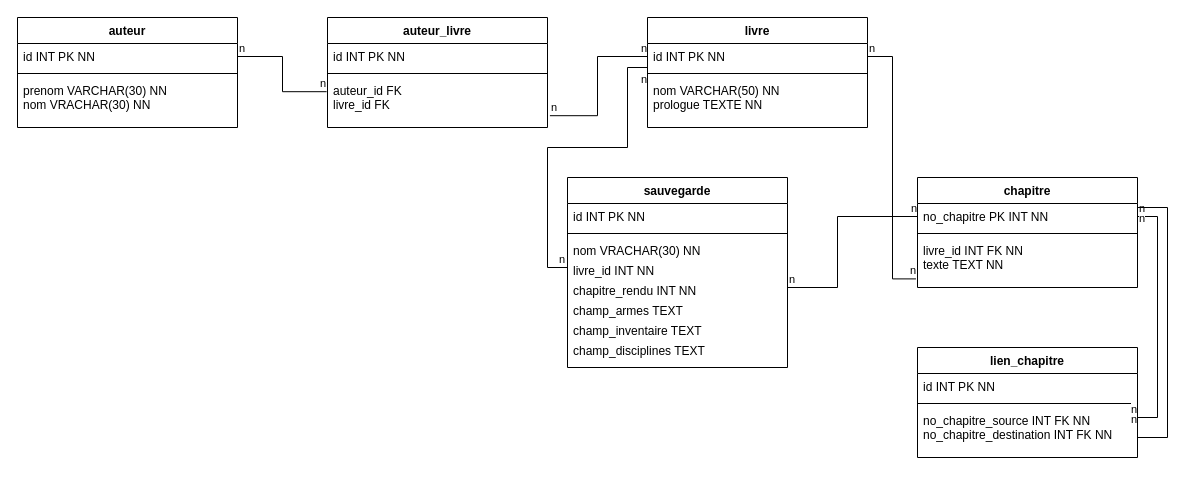
Earlier version of the draw.io diagram dev/bd2_livre_hero-diagramme.drawio (2137772-Lamarche-Felix/tp_bd2_antoine_felix). Source tidied: cells renumbered, new cells numbered last; positions are measured from the earlier drawing's top-left corner, leaving out a move shared by most shapes. Both pictures are drawn from the tidied source at 100%, with x=0, y=0 at pixel (17, 17).
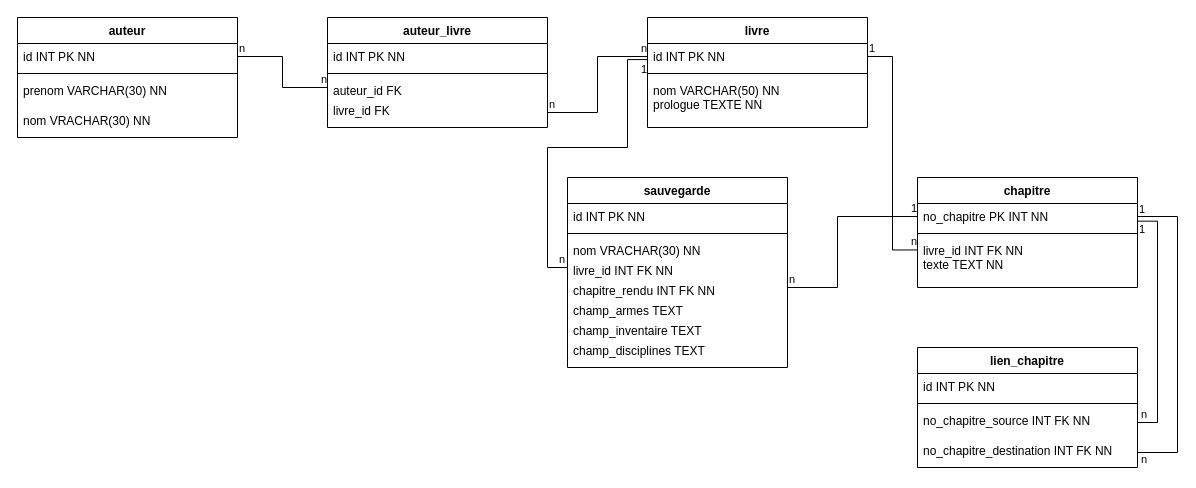
Above is the later version.

Commit message (it also covers changes not shown here):
cleaner le schema, enlever les fichiers old, proteger des crashs.

The change refers to these unchanged cells:
```xml
<mxCell id="3" value="no_chapitre PK INT NN" style="text;strokeColor=none;fillColor=none;align=left;verticalAlign=top;spacingLeft=4;spacingRight=4;overflow=hidden;points=[[0,0.5],[1,0.5]];portConstraint=eastwest;" parent="2" vertex="1">
  <mxGeometry y="26" width="220" height="26" as="geometry" />
</mxCell>
<mxCell id="5" value="livre_id INT FK NN&#10;texte TEXT NN" style="text;strokeColor=none;fillColor=none;align=left;verticalAlign=top;spacingLeft=4;spacingRight=4;overflow=hidden;points=[[0,0.5],[1,0.5]];portConstraint=eastwest;" parent="2" vertex="1">
  <mxGeometry y="60" width="220" height="50" as="geometry" />
</mxCell>
<mxCell id="7" value="id INT PK NN" style="text;strokeColor=none;fillColor=none;align=left;verticalAlign=top;spacingLeft=4;spacingRight=4;overflow=hidden;points=[[0,0.5],[1,0.5]];portConstraint=eastwest;" parent="6" vertex="1">
  <mxGeometry y="26" width="220" height="26" as="geometry" />
</mxCell>
<mxCell id="11" value="id INT PK NN" style="text;strokeColor=none;fillColor=none;align=left;verticalAlign=top;spacingLeft=4;spacingRight=4;overflow=hidden;points=[[0,0.5],[1,0.5]];portConstraint=eastwest;" parent="10" vertex="1">
  <mxGeometry y="26" width="220" height="26" as="geometry" />
</mxCell>
<mxCell id="14" value="auteur_livre" style="swimlane;fontStyle=1;align=center;verticalAlign=top;horizontal=1;startSize=26;" parent="1" vertex="1">
  <mxGeometry x="310" width="220" height="110" as="geometry" />
</mxCell>
<mxCell id="27" value="sauvegarde" style="swimlane;fontStyle=1;align=center;verticalAlign=top;horizontal=1;startSize=26;" parent="1" vertex="1">
  <mxGeometry x="550" y="160" width="220" height="190" as="geometry" />
</mxCell>
<mxCell id="36" style="endArrow=none;html=1;edgeStyle=orthogonalEdgeStyle;rounded=0;entryX=0;entryY=0.5;entryDx=0;entryDy=0;" parent="1" edge="1" source="32" target="3">
  <mxGeometry relative="1" as="geometry">
    <Array as="points">
      <mxPoint x="820" y="270" />
      <mxPoint x="820" y="199" />
    </Array>
  </mxGeometry>
</mxCell>
```

Change to the diagram source:
```diff
@@
     <mxCell id="10" value="auteur" style="swimlane;fontStyle=1;align=center;verticalAlign=top;horizontal=1;startSize=26;" parent="1" vertex="1">
-      <mxGeometry width="220" height="110" as="geometry" />
+      <mxGeometry width="220" height="120" as="geometry" />
     </mxCell>
@@
-    <mxCell id="13" value="prenom VARCHAR(30) NN&#10;nom VRACHAR(30) NN" style="text;strokeColor=none;fillColor=none;align=left;verticalAlign=top;spacingLeft=4;spacingRight=4;overflow=hidden;" parent="10" vertex="1">
-      <mxGeometry y="60" width="220" height="50" as="geometry" />
+    <mxCell id="13" value="prenom VARCHAR(30) NN" style="text;strokeColor=none;fillColor=none;align=left;verticalAlign=top;spacingLeft=4;spacingRight=4;overflow=hidden;" parent="10" vertex="1">
+      <mxGeometry y="60" width="220" height="30" as="geometry" />
     </mxCell>
+    <mxCell id="52" value="nom VRACHAR(30) NN" style="text;strokeColor=none;fillColor=none;align=left;verticalAlign=top;spacingLeft=4;spacingRight=4;overflow=hidden;" parent="10" vertex="1">
+      <mxGeometry y="90" width="220" height="30" as="geometry" />
+    </mxCell>
@@
-    <mxCell id="17" value="auteur_id FK &#10;livre_id FK" style="text;strokeColor=none;fillColor=none;align=left;verticalAlign=top;spacingLeft=4;spacingRight=4;overflow=hidden;points=[[0,0.5],[1,0.5]];portConstraint=eastwest;" parent="14" vertex="1">
-      <mxGeometry y="60" width="220" height="50" as="geometry" />
+    <mxCell id="17" value="auteur_id FK" style="text;strokeColor=none;fillColor=none;align=left;verticalAlign=top;spacingLeft=4;spacingRight=4;overflow=hidden;points=[[0,0.5],[1,0.5]];portConstraint=eastwest;" parent="14" vertex="1">
+      <mxGeometry y="60" width="220" height="20" as="geometry" />
     </mxCell>
+    <mxCell id="53" value="livre_id FK" style="text;strokeColor=none;fillColor=none;align=left;verticalAlign=top;spacingLeft=4;spacingRight=4;overflow=hidden;points=[[0,0.5],[1,0.5]];portConstraint=eastwest;" parent="14" vertex="1">
+      <mxGeometry y="80" width="220" height="30" as="geometry" />
+    </mxCell>
-    <mxCell id="18" style="endArrow=none;html=1;edgeStyle=orthogonalEdgeStyle;rounded=0;exitX=1;exitY=0.5;exitDx=0;exitDy=0;entryX=-0.004;entryY=0.284;entryDx=0;entryDy=0;entryPerimeter=0;" parent="1" edge="1" source="11" target="17">
+    <mxCell id="18" style="endArrow=none;html=1;edgeStyle=orthogonalEdgeStyle;rounded=0;exitX=1;exitY=0.5;exitDx=0;exitDy=0;entryX=0;entryY=0.5;entryDx=0;entryDy=0;" parent="1" edge="1" source="11" target="17">
       <mxGeometry relative="1" as="geometry" />
     </mxCell>
@@
-    <mxCell id="21" style="endArrow=none;html=1;edgeStyle=orthogonalEdgeStyle;rounded=0;exitX=1.011;exitY=0.764;exitDx=0;exitDy=0;entryX=0;entryY=0.5;entryDx=0;entryDy=0;exitPerimeter=0;" parent="1" edge="1" source="17" target="7">
+    <mxCell id="21" style="endArrow=none;html=1;edgeStyle=orthogonalEdgeStyle;rounded=0;exitX=1;exitY=0.5;exitDx=0;exitDy=0;entryX=0;entryY=0.5;entryDx=0;entryDy=0;" parent="1" edge="1" source="53" target="7">
       <mxGeometry relative="1" as="geometry" />
     </mxCell>
@@
-    <mxCell id="24" style="endArrow=none;html=1;edgeStyle=orthogonalEdgeStyle;rounded=0;exitX=1;exitY=0.5;exitDx=0;exitDy=0;entryX=-0.007;entryY=0.828;entryDx=0;entryDy=0;entryPerimeter=0;" parent="1" edge="1" source="7" target="5">
+    <mxCell id="24" style="endArrow=none;html=1;edgeStyle=orthogonalEdgeStyle;rounded=0;exitX=1;exitY=0.5;exitDx=0;exitDy=0;entryX=0.001;entryY=0.249;entryDx=0;entryDy=0;entryPerimeter=0;" parent="1" edge="1" source="7" target="5">
       <mxGeometry relative="1" as="geometry" />
     </mxCell>
-    <mxCell id="25" value="n" style="edgeLabel;html=1;align=left;verticalAlign=bottom;" parent="24" vertex="1">
+    <mxCell id="25" value="1" style="edgeLabel;html=1;align=left;verticalAlign=bottom;" parent="24" vertex="1">
       <mxGeometry x="-1" relative="1" as="geometry" />
     </mxCell>
@@
-    <mxCell id="31" value="livre_id INT NN" style="text;strokeColor=none;fillColor=none;align=left;verticalAlign=top;spacingLeft=4;spacingRight=4;overflow=hidden;points=[[0,0.5],[1,0.5]];portConstraint=eastwest;" parent="27" vertex="1">
+    <mxCell id="31" value="livre_id INT FK NN" style="text;strokeColor=none;fillColor=none;align=left;verticalAlign=top;spacingLeft=4;spacingRight=4;overflow=hidden;points=[[0,0.5],[1,0.5]];portConstraint=eastwest;" parent="27" vertex="1">
       <mxGeometry y="80" width="220" height="20" as="geometry" />
     </mxCell>
-    <mxCell id="32" value="chapitre_rendu INT NN" style="text;strokeColor=none;fillColor=none;align=left;verticalAlign=top;spacingLeft=4;spacingRight=4;overflow=hidden;points=[[0,0.5],[1,0.5]];portConstraint=eastwest;" parent="27" vertex="1">
+    <mxCell id="32" value="chapitre_rendu INT FK NN" style="text;strokeColor=none;fillColor=none;align=left;verticalAlign=top;spacingLeft=4;spacingRight=4;overflow=hidden;points=[[0,0.5],[1,0.5]];portConstraint=eastwest;" parent="27" vertex="1">
       <mxGeometry y="100" width="220" height="20" as="geometry" />
     </mxCell>
@@
-    <mxCell id="38" value="n" style="edgeLabel;html=1;align=right;verticalAlign=bottom;" parent="36" vertex="1">
+    <mxCell id="38" value="1" style="edgeLabel;html=1;align=right;verticalAlign=bottom;" parent="36" vertex="1">
       <mxGeometry x="1" relative="1" as="geometry" />
     </mxCell>
-    <mxCell id="39" style="endArrow=none;html=1;edgeStyle=orthogonalEdgeStyle;rounded=0;entryX=0;entryY=0.5;entryDx=0;entryDy=0;exitX=0;exitY=0.5;exitDx=0;exitDy=0;" parent="1" edge="1" source="31" target="7">
+    <mxCell id="39" style="endArrow=none;html=1;edgeStyle=orthogonalEdgeStyle;rounded=0;entryX=-0.001;entryY=0.619;entryDx=0;entryDy=0;exitX=0;exitY=0.5;exitDx=0;exitDy=0;entryPerimeter=0;" parent="1" edge="1" source="31" target="7">
       <mxGeometry relative="1" as="geometry">
         <Array as="points">
           <mxPoint x="530" y="250" />
           <mxPoint x="530" y="130" />
           <mxPoint x="610" y="130" />
-          <mxPoint x="610" y="50" />
-          <mxPoint x="630" y="50" />
+          <mxPoint x="610" y="42" />
+          <mxPoint x="630" y="42" />
         </Array>
       </mxGeometry>
     </mxCell>
@@
-    <mxCell id="41" value="n" style="edgeLabel;html=1;align=right;verticalAlign=bottom;" parent="39" vertex="1">
+    <mxCell id="41" value="1" style="edgeLabel;html=1;align=right;verticalAlign=bottom;" parent="39" vertex="1">
       <mxGeometry x="1" relative="1" as="geometry">
-        <mxPoint y="31" as="offset" />
+        <mxPoint y="18" as="offset" />
       </mxGeometry>
     </mxCell>
     <mxCell id="42" value="lien_chapitre" style="swimlane;fontStyle=1;align=center;verticalAlign=top;horizontal=1;startSize=26;" parent="1" vertex="1">
-      <mxGeometry x="900" y="330" width="220" height="110" as="geometry" />
+      <mxGeometry x="900" y="330" width="220" height="120" as="geometry" />
     </mxCell>
@@
-    <mxCell id="45" value="no_chapitre_source INT FK NN&#10;no_chapitre_destination INT FK NN" style="text;strokeColor=none;fillColor=none;align=left;verticalAlign=top;spacingLeft=4;spacingRight=4;overflow=hidden;points=[[0,0.5],[1,0.5]];portConstraint=eastwest;" parent="42" vertex="1">
-      <mxGeometry y="60" width="220" height="50" as="geometry" />
+    <mxCell id="45" value="no_chapitre_source INT FK NN" style="text;strokeColor=none;fillColor=none;align=left;verticalAlign=top;spacingLeft=4;spacingRight=4;overflow=hidden;points=[[0,0.5],[1,0.5]];portConstraint=eastwest;" parent="42" vertex="1">
+      <mxGeometry y="60" width="220" height="30" as="geometry" />
     </mxCell>
+    <mxCell id="54" value="no_chapitre_destination INT FK NN" style="text;strokeColor=none;fillColor=none;align=left;verticalAlign=top;spacingLeft=4;spacingRight=4;overflow=hidden;points=[[0,0.5],[1,0.5]];portConstraint=eastwest;" parent="42" vertex="1">
+      <mxGeometry y="90" width="220" height="30" as="geometry" />
+    </mxCell>
-    <mxCell id="46" style="endArrow=none;html=1;edgeStyle=orthogonalEdgeStyle;rounded=0;exitX=1;exitY=0.5;exitDx=0;exitDy=0;entryX=1;entryY=0.2;entryDx=0;entryDy=0;entryPerimeter=0;" parent="1" edge="1" source="3" target="45">
+    <mxCell id="46" style="endArrow=none;html=1;edgeStyle=orthogonalEdgeStyle;rounded=0;entryX=1;entryY=0.5;entryDx=0;entryDy=0;exitX=0.999;exitY=0.679;exitDx=0;exitDy=0;exitPerimeter=0;" parent="1" edge="1" source="3" target="45">
       <mxGeometry relative="1" as="geometry">
         <Array as="points">
-          <mxPoint x="1140" y="199" />
-          <mxPoint x="1140" y="400" />
+          <mxPoint x="1140" y="204" />
+          <mxPoint x="1140" y="405" />
         </Array>
       </mxGeometry>
     </mxCell>
-    <mxCell id="47" value="n" style="edgeLabel;html=1;align=left;verticalAlign=bottom;" parent="46" vertex="1">
-      <mxGeometry x="-1" relative="1" as="geometry" />
+    <mxCell id="47" value="1" style="edgeLabel;html=1;align=left;verticalAlign=bottom;" parent="46" vertex="1">
+      <mxGeometry x="-1" relative="1" as="geometry">
+        <mxPoint y="16" as="offset" />
+      </mxGeometry>
     </mxCell>
     <mxCell id="48" value="n" style="edgeLabel;html=1;align=right;verticalAlign=bottom;" parent="46" vertex="1">
-      <mxGeometry x="1" relative="1" as="geometry" />
+      <mxGeometry x="1" relative="1" as="geometry">
+        <mxPoint x="10" as="offset" />
+      </mxGeometry>
     </mxCell>
-    <mxCell id="49" style="endArrow=none;html=1;edgeStyle=orthogonalEdgeStyle;rounded=0;exitX=1;exitY=0.5;exitDx=0;exitDy=0;entryX=1;entryY=0.2;entryDx=0;entryDy=0;entryPerimeter=0;" parent="1" edge="1">
+    <mxCell id="49" style="endArrow=none;html=1;edgeStyle=orthogonalEdgeStyle;rounded=0;exitX=1;exitY=0.5;exitDx=0;exitDy=0;entryX=1;entryY=0.5;entryDx=0;entryDy=0;" parent="1" edge="1" source="3" target="54">
       <mxGeometry relative="1" as="geometry">
-        <mxPoint x="1120" y="209" as="sourcePoint" />
-        <mxPoint x="1120" y="410" as="targetPoint" />
         <Array as="points">
-          <mxPoint x="1120" y="190" />
-          <mxPoint x="1150" y="190" />
-          <mxPoint x="1150" y="420" />
-          <mxPoint x="1120" y="420" />
+          <mxPoint x="1160" y="199" />
+          <mxPoint x="1160" y="435" />
         </Array>
       </mxGeometry>
     </mxCell>
-    <mxCell id="50" value="n" style="edgeLabel;html=1;align=left;verticalAlign=bottom;" parent="49" vertex="1">
-      <mxGeometry x="-1" relative="1" as="geometry" />
+    <mxCell id="50" value="1" style="edgeLabel;html=1;align=left;verticalAlign=bottom;" parent="49" vertex="1">
+      <mxGeometry x="-1" relative="1" as="geometry">
+        <mxPoint y="1" as="offset" />
+      </mxGeometry>
     </mxCell>
     <mxCell id="51" value="n" style="edgeLabel;html=1;align=right;verticalAlign=bottom;" parent="49" vertex="1">
-      <mxGeometry x="1" relative="1" as="geometry" />
+      <mxGeometry x="1" relative="1" as="geometry">
+        <mxPoint x="10" y="15" as="offset" />
+      </mxGeometry>
     </mxCell>
```
